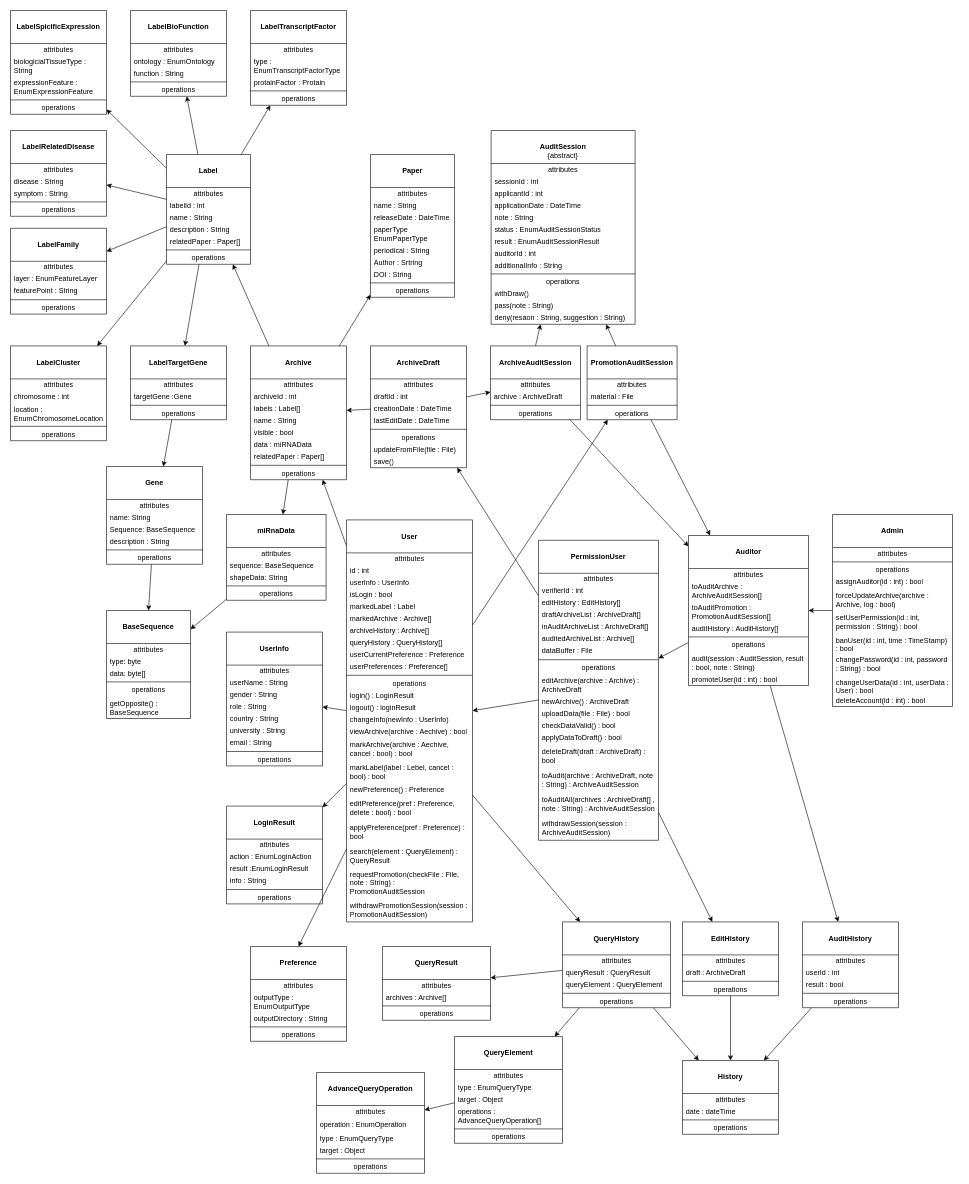
Above: UML类图.drawio in icemeowzhi/uml (draw.io), before the change. Source tidied: cells renumbered, new cells numbered last; positions are measured from the earlier drawing's top-left corner, leaving out a move shared by most shapes. Both pictures are drawn from the tidied source at 60%, with x=0, y=0 at pixel (10, 10).
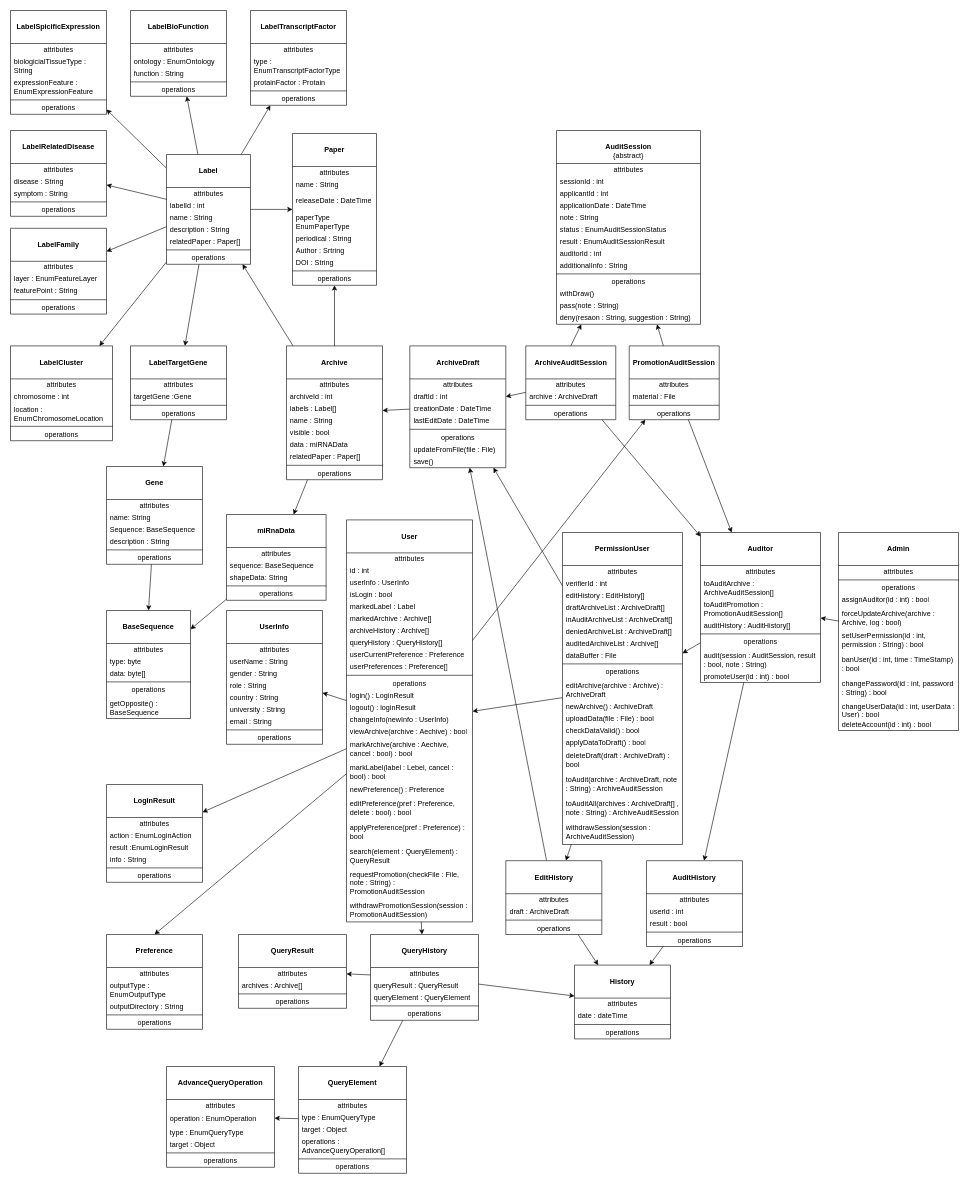
After the change.

The change refers to these unchanged cells:
```xml
<mxCell id="8" value="&lt;br&gt;&lt;b&gt;User&lt;/b&gt;&lt;br&gt;" style="swimlane;fontStyle=0;align=center;verticalAlign=top;horizontal=1;startSize=55;html=1;whiteSpace=wrap;" parent="1" vertex="1">
  <mxGeometry x="560" y="849" width="210" height="670" as="geometry" />
</mxCell>
<mxCell id="148" value="&lt;br&gt;&lt;b&gt;Label&lt;/b&gt;" style="swimlane;fontStyle=0;align=center;verticalAlign=top;horizontal=1;startSize=55;html=1;whiteSpace=wrap;" parent="1" vertex="1">
  <mxGeometry x="260" y="240" width="140" height="183" as="geometry" />
</mxCell>
```

Diff of the diagram source:
```diff
@@
-    <mxCell id="2" style="rounded=0;jettySize=auto;html=1;" parent="1" edge="1" source="8" target="120">
-      <mxGeometry relative="1" as="geometry" />
-    </mxCell>
@@
     <mxCell id="36" value="&lt;br&gt;&lt;b&gt;PermissionUser&lt;/b&gt;&lt;br&gt;" style="swimlane;fontStyle=0;align=center;verticalAlign=top;horizontal=1;startSize=55;html=1;whiteSpace=wrap;" parent="1" vertex="1">
-      <mxGeometry x="880" y="883" width="200" height="500" as="geometry" />
+      <mxGeometry x="920" y="870" width="200" height="520" as="geometry" />
     </mxCell>
@@
+    <mxCell id="291" value="deniedArchiveList : ArchiveDraft[]" style="text;html=1;strokeColor=none;fillColor=none;align=left;verticalAlign=middle;spacingLeft=4;spacingRight=4;overflow=hidden;whiteSpace=wrap;" parent="36" vertex="1">
+      <mxGeometry y="155" width="200" height="20" as="geometry" />
+    </mxCell>
     <mxCell id="42" value="auditedArchiveList : Archive[]" style="text;html=1;strokeColor=none;fillColor=none;align=left;verticalAlign=middle;spacingLeft=4;spacingRight=4;overflow=hidden;whiteSpace=wrap;" parent="36" vertex="1">
-      <mxGeometry y="155" width="200" height="20" as="geometry" />
+      <mxGeometry y="175" width="200" height="20" as="geometry" />
     </mxCell>
     <mxCell id="43" value="dataBuffer : File" style="text;html=1;strokeColor=none;fillColor=none;align=left;verticalAlign=middle;spacingLeft=4;spacingRight=4;overflow=hidden;whiteSpace=wrap;" parent="36" vertex="1">
-      <mxGeometry y="175" width="200" height="20" as="geometry" />
+      <mxGeometry y="195" width="200" height="20" as="geometry" />
     </mxCell>
     <mxCell id="44" style="line;strokeWidth=1;fillColor=none;align=left;verticalAlign=middle;spacingTop=-1;spacingLeft=3;spacingRight=3;labelPosition=right;" parent="36" vertex="1">
-      <mxGeometry y="195" width="200" height="8" as="geometry" />
+      <mxGeometry y="215" width="200" height="8" as="geometry" />
     </mxCell>
     <mxCell id="45" value="operations" style="text;html=1;strokeColor=none;fillColor=none;align=center;verticalAlign=middle;spacingLeft=4;spacingRight=4;overflow=hidden;whiteSpace=wrap;" parent="36" vertex="1">
-      <mxGeometry y="203" width="200" height="20" as="geometry" />
+      <mxGeometry y="223" width="200" height="20" as="geometry" />
     </mxCell>
     <mxCell id="46" value="editArchive(archive : Archive) : ArchiveDraft" style="text;html=1;strokeColor=none;fillColor=none;align=left;verticalAlign=middle;spacingLeft=4;spacingRight=4;overflow=hidden;whiteSpace=wrap;" parent="36" vertex="1">
-      <mxGeometry y="223" width="200" height="37" as="geometry" />
+      <mxGeometry y="243" width="200" height="37" as="geometry" />
     </mxCell>
     <mxCell id="47" value="newArchive() : ArchiveDraft" style="text;html=1;strokeColor=none;fillColor=none;align=left;verticalAlign=middle;spacingLeft=4;spacingRight=4;overflow=hidden;whiteSpace=wrap;" parent="36" vertex="1">
-      <mxGeometry y="260" width="200" height="20" as="geometry" />
+      <mxGeometry y="280" width="200" height="20" as="geometry" />
     </mxCell>
     <mxCell id="48" value="uploadData(file : File) : bool" style="text;html=1;strokeColor=none;fillColor=none;align=left;verticalAlign=middle;spacingLeft=4;spacingRight=4;overflow=hidden;whiteSpace=wrap;" parent="36" vertex="1">
-      <mxGeometry y="280" width="200" height="20" as="geometry" />
+      <mxGeometry y="300" width="200" height="20" as="geometry" />
     </mxCell>
     <mxCell id="49" value="checkDataValid() : bool" style="text;html=1;strokeColor=none;fillColor=none;align=left;verticalAlign=middle;spacingLeft=4;spacingRight=4;overflow=hidden;whiteSpace=wrap;" parent="36" vertex="1">
-      <mxGeometry y="300" width="200" height="20" as="geometry" />
+      <mxGeometry y="320" width="200" height="20" as="geometry" />
     </mxCell>
     <mxCell id="50" value="applyDataToDraft() : bool" style="text;html=1;strokeColor=none;fillColor=none;align=left;verticalAlign=middle;spacingLeft=4;spacingRight=4;overflow=hidden;whiteSpace=wrap;" parent="36" vertex="1">
-      <mxGeometry y="320" width="200" height="20" as="geometry" />
+      <mxGeometry y="340" width="200" height="20" as="geometry" />
     </mxCell>
     <mxCell id="51" value="deleteDraft(draft : ArchiveDraft) : bool" style="text;html=1;strokeColor=none;fillColor=none;align=left;verticalAlign=middle;spacingLeft=4;spacingRight=4;overflow=hidden;whiteSpace=wrap;" parent="36" vertex="1">
-      <mxGeometry y="340" width="200" height="40" as="geometry" />
+      <mxGeometry y="360" width="200" height="40" as="geometry" />
     </mxCell>
     <mxCell id="52" value="toAudit(archive : ArchiveDraft, note : String) : ArchiveAuditSession" style="text;html=1;strokeColor=none;fillColor=none;align=left;verticalAlign=middle;spacingLeft=4;spacingRight=4;overflow=hidden;whiteSpace=wrap;" parent="36" vertex="1">
-      <mxGeometry y="380" width="200" height="40" as="geometry" />
+      <mxGeometry y="400" width="200" height="40" as="geometry" />
     </mxCell>
     <mxCell id="53" value="toAuditAll(archives : ArchiveDraft[] , note : String) : ArchiveAuditSession" style="text;html=1;strokeColor=none;fillColor=none;align=left;verticalAlign=middle;spacingLeft=4;spacingRight=4;overflow=hidden;whiteSpace=wrap;" parent="36" vertex="1">
-      <mxGeometry y="420" width="200" height="40" as="geometry" />
+      <mxGeometry y="440" width="200" height="40" as="geometry" />
     </mxCell>
     <mxCell id="54" value="withdrawSession(session : ArchiveAuditSession)" style="text;html=1;strokeColor=none;fillColor=none;align=left;verticalAlign=middle;spacingLeft=4;spacingRight=4;overflow=hidden;whiteSpace=wrap;" parent="36" vertex="1">
-      <mxGeometry y="460" width="200" height="40" as="geometry" />
+      <mxGeometry y="480" width="200" height="40" as="geometry" />
     </mxCell>
@@
     <mxCell id="56" value="&lt;br&gt;&lt;b&gt;Admin&lt;/b&gt;" style="swimlane;fontStyle=0;align=center;verticalAlign=top;horizontal=1;startSize=55;html=1;whiteSpace=wrap;" parent="1" vertex="1">
-      <mxGeometry x="1370" y="840" width="200" height="320" as="geometry" />
+      <mxGeometry x="1380" y="870" width="200" height="330" as="geometry" />
     </mxCell>
@@
     <mxCell id="63" value="banUser(id : int, time : TimeStamp) : bool" style="text;html=1;strokeColor=none;fillColor=none;align=left;verticalAlign=middle;spacingLeft=4;spacingRight=4;overflow=hidden;whiteSpace=wrap;" parent="56" vertex="1">
-      <mxGeometry y="200" width="200" height="30" as="geometry" />
+      <mxGeometry y="200" width="200" height="40" as="geometry" />
     </mxCell>
     <mxCell id="64" value="changePassword(id : int, password : String) : bool" style="text;html=1;strokeColor=none;fillColor=none;align=left;verticalAlign=middle;spacingLeft=4;spacingRight=4;overflow=hidden;whiteSpace=wrap;" parent="56" vertex="1">
-      <mxGeometry y="230" width="200" height="40" as="geometry" />
+      <mxGeometry y="240" width="200" height="40" as="geometry" />
     </mxCell>
     <mxCell id="65" value="changeUserData(id : int, userData : User) : bool" style="text;html=1;strokeColor=none;fillColor=none;align=left;verticalAlign=middle;spacingLeft=4;spacingRight=4;overflow=hidden;whiteSpace=wrap;" parent="56" vertex="1">
-      <mxGeometry y="270" width="200" height="30" as="geometry" />
+      <mxGeometry y="280" width="200" height="30" as="geometry" />
     </mxCell>
     <mxCell id="66" value="&lt;div&gt;deleteAccount(id : int) : bool&lt;/div&gt;" style="text;html=1;strokeColor=none;fillColor=none;align=left;verticalAlign=middle;spacingLeft=4;spacingRight=4;overflow=hidden;whiteSpace=wrap;" parent="56" vertex="1">
-      <mxGeometry y="300" width="200" height="20" as="geometry" />
+      <mxGeometry y="310" width="200" height="20" as="geometry" />
     </mxCell>
@@
     <mxCell id="69" value="&lt;br&gt;&lt;b&gt;Auditor&lt;/b&gt;&lt;br&gt;" style="swimlane;fontStyle=0;align=center;verticalAlign=top;horizontal=1;startSize=55;html=1;whiteSpace=wrap;" parent="1" vertex="1">
-      <mxGeometry x="1130" y="875" width="200" height="250" as="geometry" />
+      <mxGeometry x="1150" y="870" width="200" height="250" as="geometry" />
     </mxCell>
@@
     <mxCell id="78" value="&lt;b&gt;&lt;br&gt;UserInfo&lt;/b&gt;" style="swimlane;fontStyle=0;align=center;verticalAlign=top;horizontal=1;startSize=55;html=1;whiteSpace=wrap;" parent="1" vertex="1">
-      <mxGeometry x="360" y="1036" width="160" height="223" as="geometry" />
+      <mxGeometry x="360" y="1000" width="160" height="223" as="geometry" />
     </mxCell>
@@
     <mxCell id="88" value="&lt;br&gt;&lt;div&gt;&lt;b&gt;AuditSession&lt;/b&gt;&lt;/div&gt;&lt;div&gt;{abstract}&lt;b&gt;&lt;br&gt;&lt;/b&gt;&lt;/div&gt;" style="swimlane;fontStyle=0;align=center;verticalAlign=top;horizontal=1;startSize=55;html=1;whiteSpace=wrap;" parent="1" vertex="1">
-      <mxGeometry x="801" y="200" width="240" height="323" as="geometry" />
+      <mxGeometry x="910" y="200" width="240" height="323" as="geometry" />
     </mxCell>
@@
+    <mxCell id="292" style="edgeStyle=none;shape=connector;rounded=0;jettySize=auto;html=1;labelBackgroundColor=default;strokeColor=default;fontFamily=Helvetica;fontSize=11;fontColor=default;endArrow=classic;" parent="1" edge="1" source="105" target="132">
+      <mxGeometry relative="1" as="geometry" />
+    </mxCell>
     <mxCell id="105" value="&lt;div&gt;&lt;br&gt;&lt;/div&gt;&lt;div&gt;&lt;b&gt;ArchiveAuditSession&lt;/b&gt;&lt;br&gt;&lt;/div&gt;" style="swimlane;fontStyle=0;align=center;verticalAlign=top;horizontal=1;startSize=55;html=1;whiteSpace=wrap;" parent="1" vertex="1">
-      <mxGeometry x="800" y="559" width="150" height="123" as="geometry" />
+      <mxGeometry x="858.8" y="559" width="150" height="123" as="geometry" />
     </mxCell>
@@
     <mxCell id="112" value="&lt;div&gt;&lt;br&gt;&lt;/div&gt;&lt;div&gt;&lt;b&gt;PromotionAuditSession&lt;/b&gt;&lt;br&gt;&lt;/div&gt;" style="swimlane;fontStyle=0;align=center;verticalAlign=top;horizontal=1;startSize=55;html=1;whiteSpace=wrap;" parent="1" vertex="1">
-      <mxGeometry x="961" y="559" width="150" height="123" as="geometry" />
+      <mxGeometry x="1031.2" y="559" width="150" height="123" as="geometry" />
     </mxCell>
@@
     <mxCell id="120" value="&lt;br&gt;&lt;b&gt;Archive&lt;/b&gt;" style="swimlane;fontStyle=0;align=center;verticalAlign=top;horizontal=1;startSize=55;html=1;whiteSpace=wrap;" parent="1" vertex="1">
-      <mxGeometry x="400" y="559" width="160" height="223" as="geometry" />
+      <mxGeometry x="460" y="559" width="160" height="223" as="geometry" />
     </mxCell>
@@
-    <mxCell id="131" style="rounded=0;jettySize=auto;html=1;" parent="1" edge="1" source="132" target="105">
-      <mxGeometry relative="1" as="geometry" />
-    </mxCell>
     <mxCell id="132" value="&lt;br&gt;&lt;b&gt;ArchiveDraft&lt;/b&gt;" style="swimlane;fontStyle=0;align=center;verticalAlign=top;horizontal=1;startSize=55;html=1;whiteSpace=wrap;" parent="1" vertex="1">
-      <mxGeometry x="600" y="559" width="160" height="203" as="geometry" />
+      <mxGeometry x="665.5" y="559" width="160" height="203" as="geometry" />
     </mxCell>
@@
+    <mxCell id="293" style="edgeStyle=none;shape=connector;rounded=0;jettySize=auto;html=1;labelBackgroundColor=default;strokeColor=default;fontFamily=Helvetica;fontSize=11;fontColor=default;endArrow=classic;" parent="1" edge="1" source="148" target="212">
+      <mxGeometry relative="1" as="geometry" />
+    </mxCell>
@@
     <mxCell id="156" value="&lt;br&gt;&lt;b&gt;LoginResult&lt;/b&gt;" style="swimlane;fontStyle=0;align=center;verticalAlign=top;horizontal=1;startSize=55;html=1;whiteSpace=wrap;" parent="1" vertex="1">
-      <mxGeometry x="360" y="1326" width="160" height="163" as="geometry" />
+      <mxGeometry x="160" y="1290" width="160" height="163" as="geometry" />
     </mxCell>
@@
     <mxCell id="163" value="&lt;br&gt;&lt;b&gt;LabelCluster&lt;/b&gt;" style="swimlane;fontStyle=0;align=center;verticalAlign=top;horizontal=1;startSize=55;html=1;whiteSpace=wrap;" parent="1" vertex="1">
-      <mxGeometry y="559" width="160" height="158" as="geometry" />
+      <mxGeometry y="559" width="170" height="158" as="geometry" />
     </mxCell>
     <mxCell id="164" value="attributes" style="text;html=1;strokeColor=none;fillColor=none;align=center;verticalAlign=middle;spacingLeft=4;spacingRight=4;overflow=hidden;whiteSpace=wrap;" parent="163" vertex="1">
-      <mxGeometry y="55" width="160" height="20" as="geometry" />
+      <mxGeometry y="55" width="170" height="20" as="geometry" />
     </mxCell>
     <mxCell id="165" value="chromosome : int" style="text;html=1;strokeColor=none;fillColor=none;align=left;verticalAlign=middle;spacingLeft=4;spacingRight=4;overflow=hidden;whiteSpace=wrap;" parent="163" vertex="1">
-      <mxGeometry y="75" width="160" height="20" as="geometry" />
+      <mxGeometry y="75" width="170" height="20" as="geometry" />
     </mxCell>
     <mxCell id="166" value="location : EnumChromosomeLocation" style="text;html=1;strokeColor=none;fillColor=none;align=left;verticalAlign=middle;spacingLeft=4;spacingRight=4;overflow=hidden;whiteSpace=wrap;" parent="163" vertex="1">
-      <mxGeometry y="95" width="160" height="35" as="geometry" />
+      <mxGeometry y="95" width="170" height="35" as="geometry" />
     </mxCell>
     <mxCell id="167" style="line;strokeWidth=1;fillColor=none;align=left;verticalAlign=middle;spacingTop=-1;spacingLeft=3;spacingRight=3;labelPosition=right;" parent="163" vertex="1">
-      <mxGeometry y="130" width="160" height="8" as="geometry" />
+      <mxGeometry y="130" width="170" height="8" as="geometry" />
     </mxCell>
     <mxCell id="168" value="operations" style="text;html=1;strokeColor=none;fillColor=none;align=center;verticalAlign=middle;spacingLeft=4;spacingRight=4;overflow=hidden;whiteSpace=wrap;" parent="163" vertex="1">
-      <mxGeometry y="138" width="160" height="20" as="geometry" />
+      <mxGeometry y="138" width="170" height="20" as="geometry" />
     </mxCell>
@@
     <mxCell id="212" value="&lt;br&gt;&lt;b&gt;Paper&lt;/b&gt;" style="swimlane;fontStyle=0;align=center;verticalAlign=top;horizontal=1;startSize=55;html=1;whiteSpace=wrap;" parent="1" vertex="1">
-      <mxGeometry x="600" y="240" width="140" height="238" as="geometry" />
+      <mxGeometry x="470" y="205" width="140" height="253" as="geometry" />
     </mxCell>
@@
     <mxCell id="215" value="releaseDate : DateTime" style="text;html=1;strokeColor=none;fillColor=none;align=left;verticalAlign=middle;spacingLeft=4;spacingRight=4;overflow=hidden;whiteSpace=wrap;" parent="212" vertex="1">
-      <mxGeometry y="95" width="140" height="20" as="geometry" />
+      <mxGeometry y="95" width="140" height="35" as="geometry" />
     </mxCell>
     <mxCell id="216" value="paperType EnumPaperType" style="text;html=1;strokeColor=none;fillColor=none;align=left;verticalAlign=middle;spacingLeft=4;spacingRight=4;overflow=hidden;whiteSpace=wrap;" parent="212" vertex="1">
-      <mxGeometry y="115" width="140" height="35" as="geometry" />
+      <mxGeometry y="130" width="140" height="35" as="geometry" />
     </mxCell>
     <mxCell id="217" value="periodical : String" style="text;html=1;strokeColor=none;fillColor=none;align=left;verticalAlign=middle;spacingLeft=4;spacingRight=4;overflow=hidden;whiteSpace=wrap;" parent="212" vertex="1">
-      <mxGeometry y="150" width="140" height="20" as="geometry" />
+      <mxGeometry y="165" width="140" height="20" as="geometry" />
     </mxCell>
     <mxCell id="218" value="Author : Srtring" style="text;html=1;strokeColor=none;fillColor=none;align=left;verticalAlign=middle;spacingLeft=4;spacingRight=4;overflow=hidden;whiteSpace=wrap;" parent="212" vertex="1">
-      <mxGeometry y="170" width="140" height="20" as="geometry" />
+      <mxGeometry y="185" width="140" height="20" as="geometry" />
     </mxCell>
     <mxCell id="219" value="DOI : String" style="text;html=1;strokeColor=none;fillColor=none;align=left;verticalAlign=middle;spacingLeft=4;spacingRight=4;overflow=hidden;whiteSpace=wrap;" parent="212" vertex="1">
-      <mxGeometry y="190" width="140" height="20" as="geometry" />
+      <mxGeometry y="205" width="140" height="20" as="geometry" />
     </mxCell>
     <mxCell id="220" style="line;strokeWidth=1;fillColor=none;align=left;verticalAlign=middle;spacingTop=-1;spacingLeft=3;spacingRight=3;labelPosition=right;" parent="212" vertex="1">
-      <mxGeometry y="210" width="140" height="8" as="geometry" />
+      <mxGeometry y="225" width="140" height="8" as="geometry" />
     </mxCell>
     <mxCell id="221" value="operations" style="text;html=1;strokeColor=none;fillColor=none;align=center;verticalAlign=middle;spacingLeft=4;spacingRight=4;overflow=hidden;whiteSpace=wrap;" parent="212" vertex="1">
-      <mxGeometry y="218" width="140" height="20" as="geometry" />
+      <mxGeometry y="233" width="140" height="20" as="geometry" />
     </mxCell>
     <mxCell id="222" value="&lt;div&gt;&lt;br&gt;&lt;/div&gt;&lt;div&gt;&lt;b&gt;Preference&lt;/b&gt;&lt;br&gt;&lt;/div&gt;" style="swimlane;fontStyle=0;align=center;verticalAlign=top;horizontal=1;startSize=55;html=1;whiteSpace=wrap;" parent="1" vertex="1">
-      <mxGeometry x="400" y="1560" width="160" height="158" as="geometry" />
+      <mxGeometry x="160" y="1540" width="160" height="158" as="geometry" />
     </mxCell>
@@
     <mxCell id="243" value="&lt;br&gt;&lt;b&gt;History&lt;/b&gt;" style="swimlane;fontStyle=0;align=center;verticalAlign=top;horizontal=1;startSize=55;html=1;whiteSpace=wrap;" parent="1" vertex="1">
-      <mxGeometry x="1120" y="1750" width="160" height="123" as="geometry" />
+      <mxGeometry x="940" y="1591" width="160" height="123" as="geometry" />
     </mxCell>
@@
     <mxCell id="251" value="&lt;br&gt;&lt;b&gt;QueryHistory&lt;/b&gt;" style="swimlane;fontStyle=0;align=center;verticalAlign=top;horizontal=1;startSize=55;html=1;whiteSpace=wrap;" parent="1" vertex="1">
-      <mxGeometry x="920" y="1519" width="180" height="143" as="geometry" />
+      <mxGeometry x="600" y="1540" width="180" height="143" as="geometry" />
     </mxCell>
@@
+    <mxCell id="294" style="edgeStyle=none;shape=connector;rounded=0;jettySize=auto;html=1;labelBackgroundColor=default;strokeColor=default;fontFamily=Helvetica;fontSize=11;fontColor=default;endArrow=classic;" parent="1" edge="1" source="258" target="132">
+      <mxGeometry relative="1" as="geometry" />
+    </mxCell>
     <mxCell id="258" value="&lt;br&gt;&lt;b&gt;EditHistory&lt;/b&gt;" style="swimlane;fontStyle=0;align=center;verticalAlign=top;horizontal=1;startSize=55;html=1;whiteSpace=wrap;" parent="1" vertex="1">
-      <mxGeometry x="1120" y="1519" width="160" height="123" as="geometry" />
+      <mxGeometry x="825.5" y="1417" width="160" height="123" as="geometry" />
     </mxCell>
@@
     <mxCell id="264" value="&lt;br&gt;&lt;b&gt;AuditHistory&lt;/b&gt;" style="swimlane;fontStyle=0;align=center;verticalAlign=top;horizontal=1;startSize=55;html=1;whiteSpace=wrap;" parent="1" vertex="1">
-      <mxGeometry x="1320" y="1519" width="160" height="143" as="geometry" />
+      <mxGeometry x="1060" y="1417" width="160" height="143" as="geometry" />
     </mxCell>
@@
     <mxCell id="271" value="&lt;br&gt;&lt;b&gt;QueryResult&lt;/b&gt;" style="swimlane;fontStyle=0;align=center;verticalAlign=top;horizontal=1;startSize=55;html=1;whiteSpace=wrap;" parent="1" vertex="1">
-      <mxGeometry x="620" y="1560" width="180" height="123" as="geometry" />
+      <mxGeometry x="380" y="1540" width="180" height="123" as="geometry" />
     </mxCell>
@@
     <mxCell id="277" value="&lt;div&gt;&lt;b&gt;&lt;br&gt;&lt;/b&gt;&lt;/div&gt;&lt;div&gt;&lt;b&gt;QueryElement&lt;/b&gt;&lt;/div&gt;" style="swimlane;fontStyle=0;align=center;verticalAlign=top;horizontal=1;startSize=55;html=1;whiteSpace=wrap;" parent="1" vertex="1">
-      <mxGeometry x="740" y="1710" width="180" height="178" as="geometry" />
+      <mxGeometry x="480" y="1760" width="180" height="178" as="geometry" />
     </mxCell>
@@
     <mxCell id="284" value="&lt;div&gt;&lt;br&gt;&lt;/div&gt;&lt;div&gt;&lt;b&gt;AdvanceQueryOperation&lt;/b&gt;&lt;/div&gt;" style="swimlane;fontStyle=0;align=center;verticalAlign=top;horizontal=1;startSize=55;html=1;whiteSpace=wrap;" parent="1" vertex="1">
-      <mxGeometry x="510" y="1770" width="180" height="168" as="geometry" />
+      <mxGeometry x="260" y="1760" width="180" height="168" as="geometry" />
     </mxCell>
```
